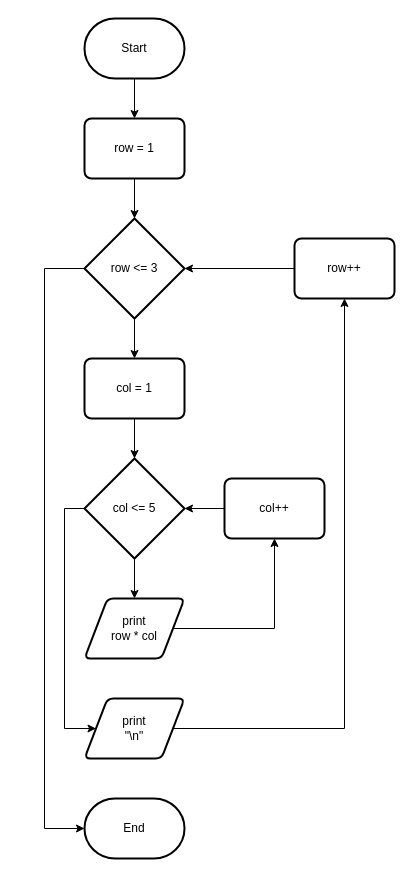
This is praktikum 4/percobaan2.drawio from DoubleA478/alprog, a draw.io file, before an edit. Source tidied: cells renumbered, new cells numbered last; positions are measured from the earlier drawing's top-left corner, leaving out a move shared by most shapes. Both pictures are drawn from the tidied source at 100%, with x=0, y=0 at pixel (44, 18).
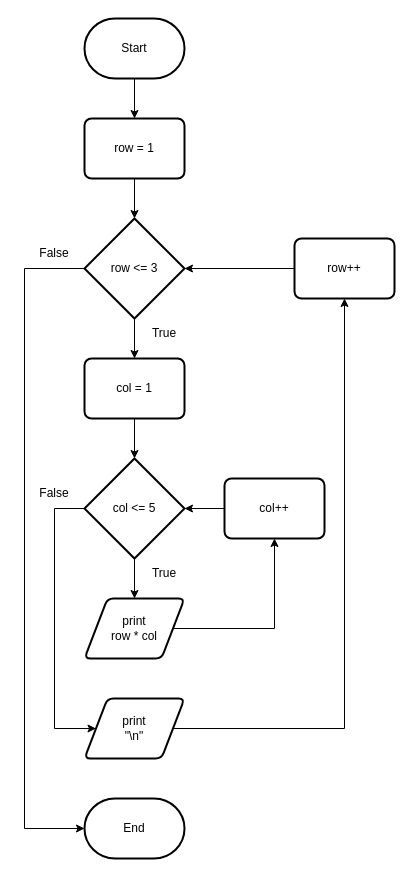
Above is the later version.

The change refers to these unchanged cells:
```xml
<mxCell id="4" value="&lt;div&gt;End&lt;/div&gt;" style="strokeWidth=2;html=1;shape=mxgraph.flowchart.terminator;whiteSpace=wrap;" parent="1" vertex="1">
  <mxGeometry x="40" y="780" width="100" height="60" as="geometry" />
</mxCell>
<mxCell id="9" value="row &amp;lt;= 3" style="strokeWidth=2;html=1;shape=mxgraph.flowchart.decision;whiteSpace=wrap;" parent="1" vertex="1">
  <mxGeometry x="40" y="200" width="100" height="100" as="geometry" />
</mxCell>
<mxCell id="14" value="col &amp;lt;= 5" style="strokeWidth=2;html=1;shape=mxgraph.flowchart.decision;whiteSpace=wrap;" parent="1" vertex="1">
  <mxGeometry x="40" y="440" width="100" height="100" as="geometry" />
</mxCell>
<mxCell id="20" value="&lt;div&gt;print&lt;/div&gt;&lt;div&gt;&quot;\n&quot;&lt;br&gt;&lt;/div&gt;" style="shape=parallelogram;html=1;strokeWidth=2;perimeter=parallelogramPerimeter;whiteSpace=wrap;rounded=1;arcSize=12;size=0.23;" parent="1" vertex="1">
  <mxGeometry x="40" y="680" width="100" height="60" as="geometry" />
</mxCell>
```

What changed in the source:
```diff
@@
     <mxCell id="8" style="edgeStyle=orthogonalEdgeStyle;rounded=0;jettySize=auto;html=1;exitX=0;exitY=0.5;exitDx=0;exitDy=0;exitPerimeter=0;entryX=0;entryY=0.5;entryDx=0;entryDy=0;entryPerimeter=0;" parent="1" edge="1" source="9" target="4">
       <mxGeometry relative="1" as="geometry">
         <Array as="points">
-          <mxPoint y="250" />
-          <mxPoint y="810" />
+          <mxPoint x="-20" y="250" />
+          <mxPoint x="-20" y="810" />
         </Array>
       </mxGeometry>
     </mxCell>
@@
     <mxCell id="13" style="edgeStyle=orthogonalEdgeStyle;rounded=0;jettySize=auto;html=1;exitX=0;exitY=0.5;exitDx=0;exitDy=0;exitPerimeter=0;entryX=0;entryY=0.5;entryDx=0;entryDy=0;" parent="1" edge="1" source="14" target="20">
       <mxGeometry relative="1" as="geometry">
         <Array as="points">
-          <mxPoint x="20" y="490" />
-          <mxPoint x="20" y="710" />
+          <mxPoint x="10" y="490" />
+          <mxPoint x="10" y="710" />
         </Array>
       </mxGeometry>
     </mxCell>
@@
+    <mxCell id="23" value="True" style="text;html=1;strokeColor=none;fillColor=none;align=center;verticalAlign=middle;whiteSpace=wrap;rounded=0;" parent="1" vertex="1">
+      <mxGeometry x="90" y="300" width="60" height="30" as="geometry" />
+    </mxCell>
+    <mxCell id="24" value="True" style="text;html=1;strokeColor=none;fillColor=none;align=center;verticalAlign=middle;whiteSpace=wrap;rounded=0;" parent="1" vertex="1">
+      <mxGeometry x="90" y="540" width="60" height="30" as="geometry" />
+    </mxCell>
+    <mxCell id="25" value="False" style="text;html=1;strokeColor=none;fillColor=none;align=center;verticalAlign=middle;whiteSpace=wrap;rounded=0;" parent="1" vertex="1">
+      <mxGeometry x="-20" y="460" width="60" height="30" as="geometry" />
+    </mxCell>
+    <mxCell id="26" value="False" style="text;html=1;strokeColor=none;fillColor=none;align=center;verticalAlign=middle;whiteSpace=wrap;rounded=0;" parent="1" vertex="1">
+      <mxGeometry x="-20" y="220" width="60" height="30" as="geometry" />
+    </mxCell>
```
